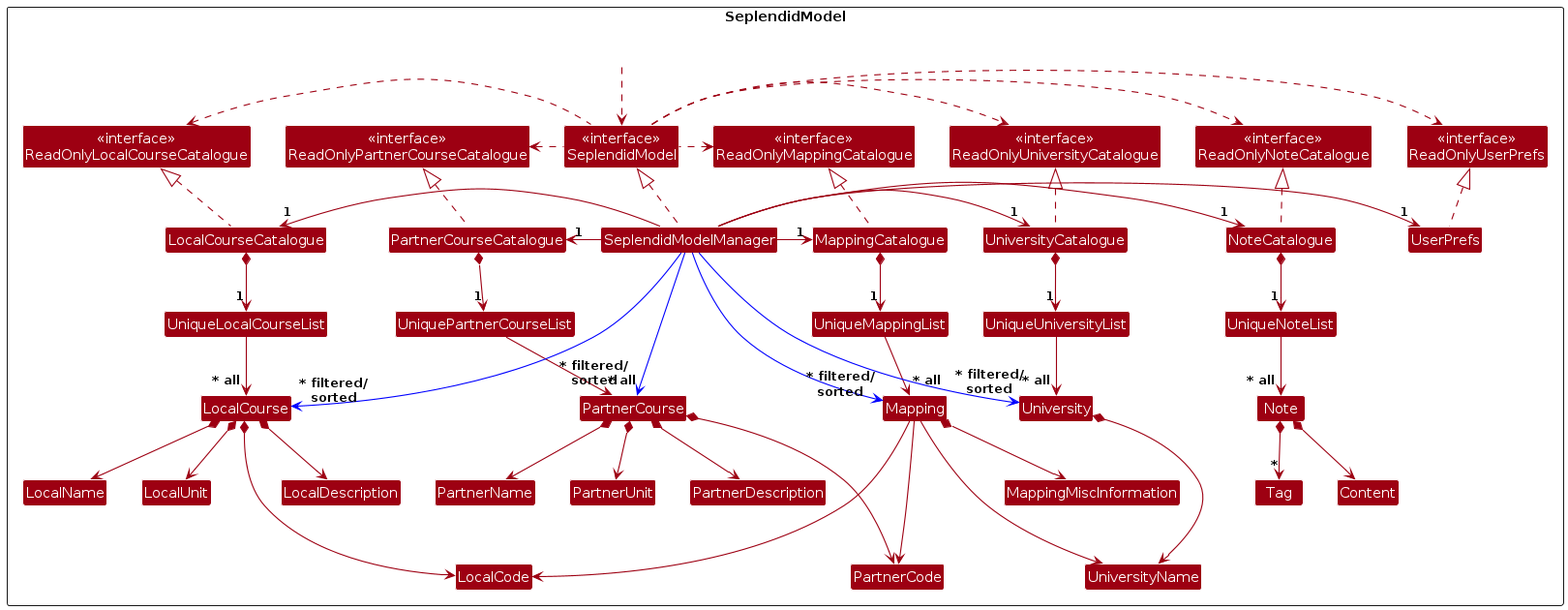
Earlier version of the PlantUML export diagrams/ModelClassDiagram.png (alyssaongyx/tp). Its source is kept beside it as diagrams/ModelClassDiagram.puml. Source of this version:
```plantuml
@startuml
!include style.puml
skinparam arrowThickness 1.1
skinparam arrowColor MODEL_COLOR
skinparam classBackgroundColor MODEL_COLOR


Package SeplendidModel as ModelPackage <<Rectangle>>{
Class "<<interface>>\nReadOnlyLocalCourseCatalogue" as ReadOnlyLocalCourseCatalogue
Class "<<interface>>\nReadOnlyPartnerCourseCatalogue" as ReadOnlyPartnerCourseCatalogue
Class "<<interface>>\nReadOnlyUniversityCatalogue" as ReadOnlyUniversityCatalogue
Class "<<interface>>\nReadOnlyMappingCatalogue" as ReadOnlyMappingCatalogue
Class "<<interface>>\nReadOnlyNoteCatalogue" as ReadOnlyNoteCatalogue
Class "<<interface>>\nReadOnlyUserPrefs" as ReadOnlyUserPrefs
Class "<<interface>>\nSeplendidModel" as SeplendidModel
Class LocalCourseCatalogue
Class PartnerCourseCatalogue
Class UniversityCatalogue
Class NoteCatalogue
Class MappingCatalogue

Class HiddenOutside #FFFFFF
HiddenOutside ..> SeplendidModel

Class SeplendidModelManager
Class UserPrefs

Class UniqueLocalCourseList
Class UniquePartnerCourseList
Class UniqueNoteList
Class UniqueMappingList
Class UniqueUniversityList

Class LocalCourse
Class LocalCode
Class LocalName
Class LocalUnit
Class LocalDescription

Class PartnerCourse
Class PartnerCode
Class PartnerName
Class PartnerUnit
Class PartnerDescription

Class University
Class UniversityName

Class Mapping
Class MappingMiscInformation

Class Note
Class Content
Class Tag

LocalCourseCatalogue .up.|> ReadOnlyLocalCourseCatalogue
PartnerCourseCatalogue .up.|> ReadOnlyPartnerCourseCatalogue
UniversityCatalogue .up.|> ReadOnlyUniversityCatalogue
NoteCatalogue .up.|> ReadOnlyNoteCatalogue
MappingCatalogue .up.|> ReadOnlyMappingCatalogue
UserPrefs .up.|> ReadOnlyUserPrefs

SeplendidModelManager .up.|> SeplendidModel
SeplendidModel .left.> ReadOnlyLocalCourseCatalogue
SeplendidModel .left.> ReadOnlyPartnerCourseCatalogue
SeplendidModel .left.> ReadOnlyMappingCatalogue
SeplendidModel .right.> ReadOnlyUserPrefs
SeplendidModel .right.> ReadOnlyUniversityCatalogue
SeplendidModel .right.> ReadOnlyNoteCatalogue

SeplendidModelManager -left-> "1" LocalCourseCatalogue
SeplendidModelManager -left-> "1" PartnerCourseCatalogue
SeplendidModelManager -left-> "1" UniversityCatalogue
SeplendidModelManager -right-> "1" MappingCatalogue
SeplendidModelManager -right-> "1" NoteCatalogue
SeplendidModelManager -right-> "1" UserPrefs

LocalCourseCatalogue *--> "1" UniqueLocalCourseList
UniqueLocalCourseList --> "~* all" LocalCourse
PartnerCourseCatalogue *--> "1" UniquePartnerCourseList
UniquePartnerCourseList --> "~* all" PartnerCourse
UniversityCatalogue *--> "1" UniqueUniversityList
UniqueUniversityList --> "~* all" University
MappingCatalogue *--> "1" UniqueMappingList
UniqueMappingList --> "~* all" Mapping
NoteCatalogue *--> "1" UniqueNoteList
UniqueNoteList --> "~* all" Note

LocalCourse *--> LocalCode
LocalCourse *--> LocalName
LocalCourse *--> LocalUnit
LocalCourse *--> LocalDescription

PartnerCourse *--> PartnerCode
PartnerCourse *--> PartnerName
PartnerCourse *--> PartnerUnit
PartnerCourse *--> PartnerDescription

University *--> UniversityName

Mapping *--> MappingMiscInformation
Mapping ---> LocalCode
Mapping ---> PartnerCode
Mapping ---> UniversityName

Note *--> Content
Note *--> "*" Tag

SeplendidModelManager -[#blue]-> "~* filtered/\nsorted" LocalCourse
SeplendidModelManager -[#blue]-> "~* filtered/\nsorted" PartnerCourse
SeplendidModelManager -[#blue]-> "~* filtered/\nsorted" University
SeplendidModelManager -[#blue]-> "~* filtered/\nsorted" Mapping
@enduml
```
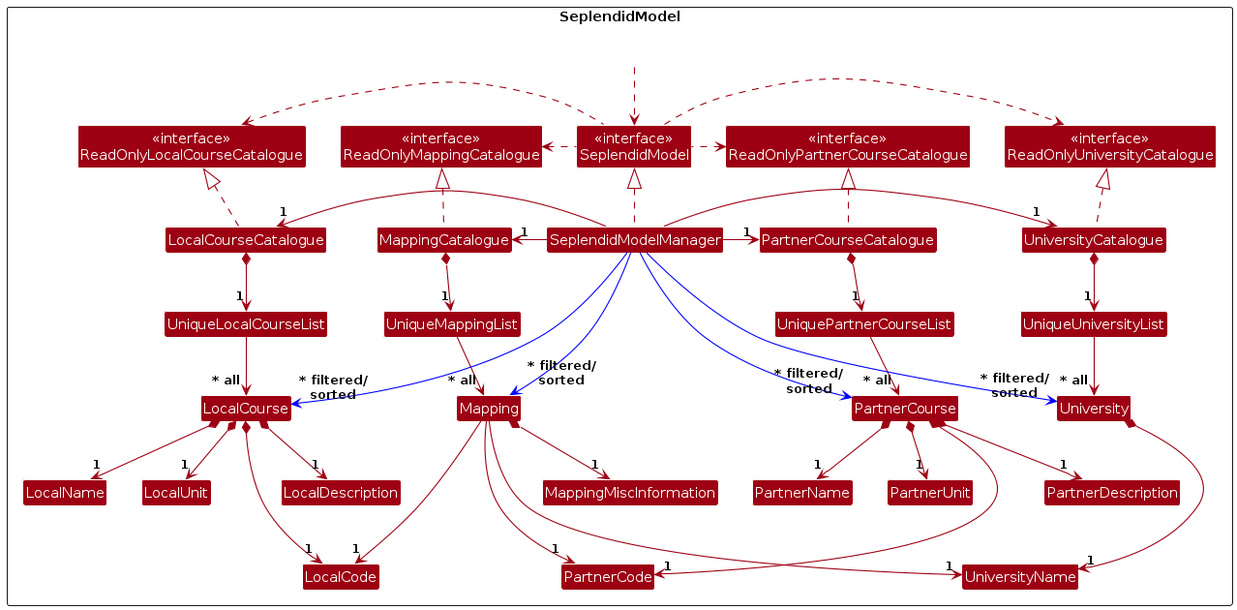
The same file after the commit.

The edit, as a diff of the source:
```diff
@@ -10,24 +10,19 @@
 Class "<<interface>>\nReadOnlyPartnerCourseCatalogue" as ReadOnlyPartnerCourseCatalogue
 Class "<<interface>>\nReadOnlyUniversityCatalogue" as ReadOnlyUniversityCatalogue
 Class "<<interface>>\nReadOnlyMappingCatalogue" as ReadOnlyMappingCatalogue
-Class "<<interface>>\nReadOnlyNoteCatalogue" as ReadOnlyNoteCatalogue
-Class "<<interface>>\nReadOnlyUserPrefs" as ReadOnlyUserPrefs
 Class "<<interface>>\nSeplendidModel" as SeplendidModel
 Class LocalCourseCatalogue
 Class PartnerCourseCatalogue
 Class UniversityCatalogue
-Class NoteCatalogue
 Class MappingCatalogue
 
 Class HiddenOutside #FFFFFF
 HiddenOutside ..> SeplendidModel
 
 Class SeplendidModelManager
-Class UserPrefs
 
 Class UniqueLocalCourseList
 Class UniquePartnerCourseList
-Class UniqueNoteList
 Class UniqueMappingList
 Class UniqueUniversityList
 
@@ -49,31 +44,21 @@
 Class Mapping
 Class MappingMiscInformation
 
-Class Note
-Class Content
-Class Tag
-
 LocalCourseCatalogue .up.|> ReadOnlyLocalCourseCatalogue
 PartnerCourseCatalogue .up.|> ReadOnlyPartnerCourseCatalogue
 UniversityCatalogue .up.|> ReadOnlyUniversityCatalogue
-NoteCatalogue .up.|> ReadOnlyNoteCatalogue
 MappingCatalogue .up.|> ReadOnlyMappingCatalogue
-UserPrefs .up.|> ReadOnlyUserPrefs
 
 SeplendidModelManager .up.|> SeplendidModel
 SeplendidModel .left.> ReadOnlyLocalCourseCatalogue
 SeplendidModel .left.> ReadOnlyPartnerCourseCatalogue
 SeplendidModel .left.> ReadOnlyMappingCatalogue
-SeplendidModel .right.> ReadOnlyUserPrefs
 SeplendidModel .right.> ReadOnlyUniversityCatalogue
-SeplendidModel .right.> ReadOnlyNoteCatalogue
 
 SeplendidModelManager -left-> "1" LocalCourseCatalogue
 SeplendidModelManager -left-> "1" PartnerCourseCatalogue
 SeplendidModelManager -left-> "1" UniversityCatalogue
 SeplendidModelManager -right-> "1" MappingCatalogue
-SeplendidModelManager -right-> "1" NoteCatalogue
-SeplendidModelManager -right-> "1" UserPrefs
 
 LocalCourseCatalogue *--> "1" UniqueLocalCourseList
 UniqueLocalCourseList --> "~* all" LocalCourse
@@ -83,28 +68,23 @@
 UniqueUniversityList --> "~* all" University
 MappingCatalogue *--> "1" UniqueMappingList
 UniqueMappingList --> "~* all" Mapping
-NoteCatalogue *--> "1" UniqueNoteList
-UniqueNoteList --> "~* all" Note
 
-LocalCourse *--> LocalCode
-LocalCourse *--> LocalName
-LocalCourse *--> LocalUnit
-LocalCourse *--> LocalDescription
+LocalCourse *--> "1" LocalCode
+LocalCourse *--> "1" LocalName
+LocalCourse *--> "1" LocalUnit
+LocalCourse *--> "1" LocalDescription
 
-PartnerCourse *--> PartnerCode
-PartnerCourse *--> PartnerName
-PartnerCourse *--> PartnerUnit
-PartnerCourse *--> PartnerDescription
+PartnerCourse *--> "1" PartnerCode
+PartnerCourse *--> "1" PartnerName
+PartnerCourse *--> "1" PartnerUnit
+PartnerCourse *--> "1" PartnerDescription
 
-University *--> UniversityName
+University *--> "1" UniversityName
 
-Mapping *--> MappingMiscInformation
-Mapping ---> LocalCode
-Mapping ---> PartnerCode
-Mapping ---> UniversityName
-
-Note *--> Content
-Note *--> "*" Tag
+Mapping *--> "1" MappingMiscInformation
+Mapping ---> "1" LocalCode
+Mapping ---> "1" PartnerCode
+Mapping ---> "1" UniversityName
 
 SeplendidModelManager -[#blue]-> "~* filtered/\nsorted" LocalCourse
 SeplendidModelManager -[#blue]-> "~* filtered/\nsorted" PartnerCourse
```
